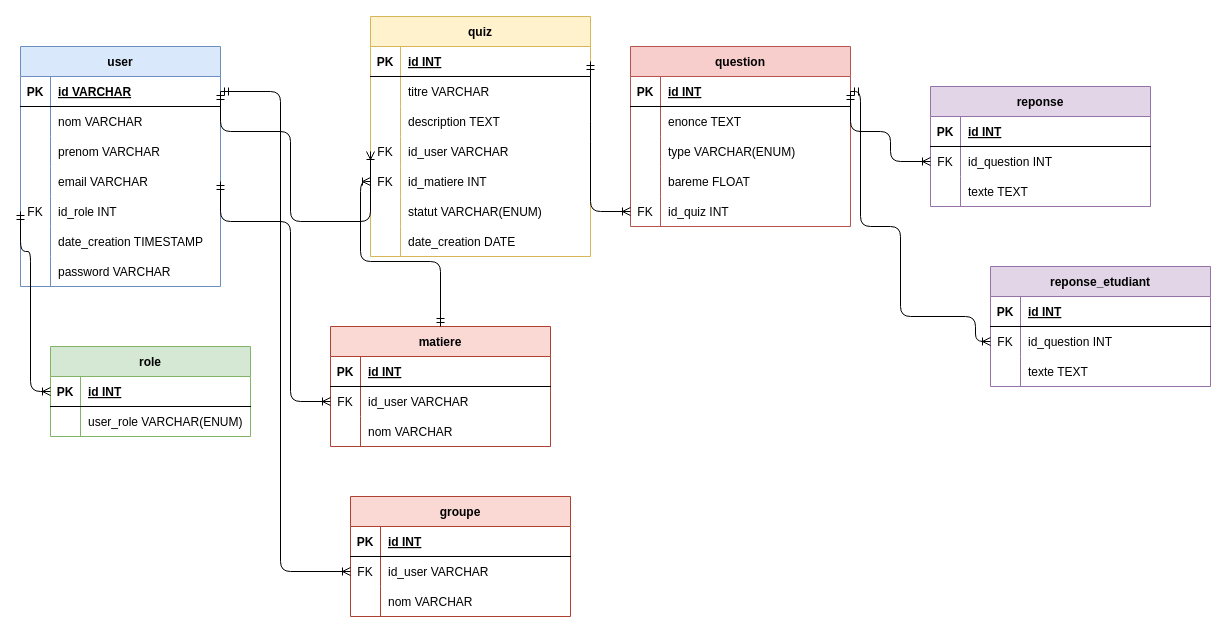
fathia09/Projet-Long keeps this draw.io diagram as base_de_donnee.drawio. Above is the earlier version. Source tidied: cells renumbered, new cells numbered last; positions are measured from the earlier drawing's top-left corner, leaving out a move shared by most shapes. Both pictures are drawn from the tidied source at 100%, with x=0, y=0 at pixel (20, 16).
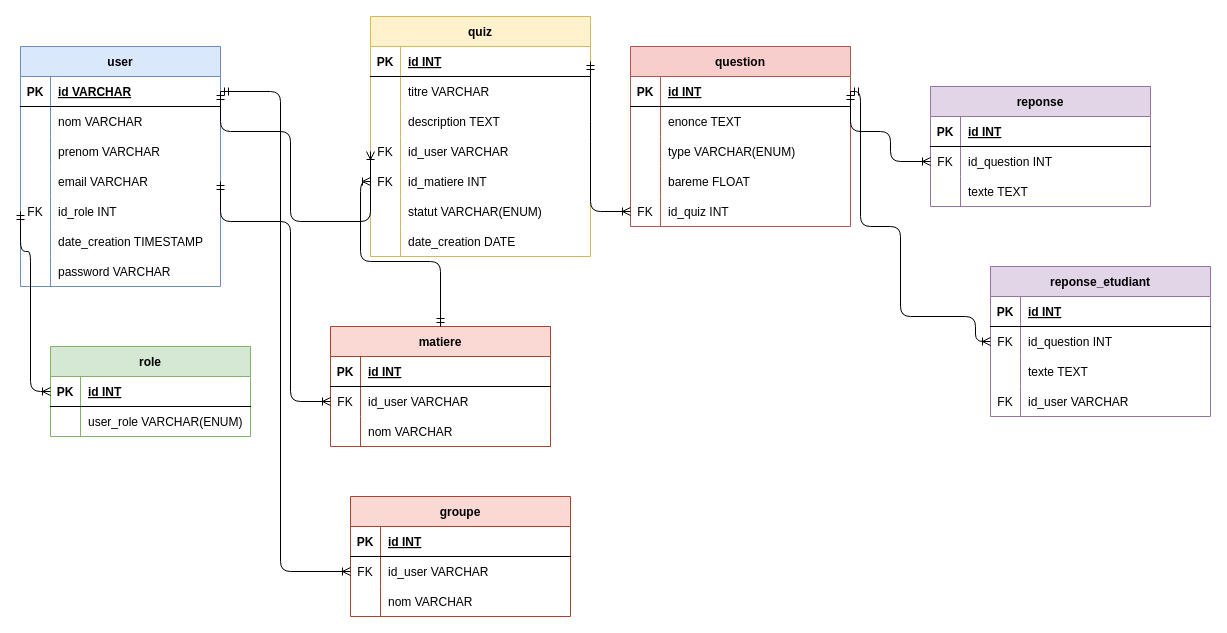
Above is the later version.

Commit message (it also covers changes not shown here):
modification de la base de donnée

Change to the diagram source:
```diff
@@
     <mxCell id="95" value="reponse_etudiant" style="shape=table;startSize=30;childLayout=tableLayout;rowLines=0;fontStyle=1;align=center;fillColor=#e1d5e7;strokeColor=#9673a6;" parent="1" vertex="1">
-      <mxGeometry x="970" y="250" width="220" height="120" as="geometry" />
+      <mxGeometry x="970" y="250" width="220" height="150" as="geometry" />
     </mxCell>
@@
+    <mxCell id="117" style="shape=tableRow;horizontal=0;startSize=0;swimlaneHead=0;swimlaneBody=0;fillColor=none;top=0;left=0;right=0;bottom=0;" parent="95" vertex="1">
+      <mxGeometry y="120" width="220" height="30" as="geometry" />
+    </mxCell>
+    <mxCell id="118" value="FK" style="shape=partialRectangle;fillColor=none;top=0;left=0;bottom=0;right=0;overflow=hidden;" parent="117" vertex="1">
+      <mxGeometry width="30" height="30" as="geometry" />
+    </mxCell>
+    <mxCell id="119" value="id_user VARCHAR" style="shape=partialRectangle;fillColor=none;top=0;left=0;bottom=0;right=0;align=left;spacingLeft=6;overflow=hidden;" parent="117" vertex="1">
+      <mxGeometry x="30" width="190" height="30" as="geometry" />
+    </mxCell>
```
